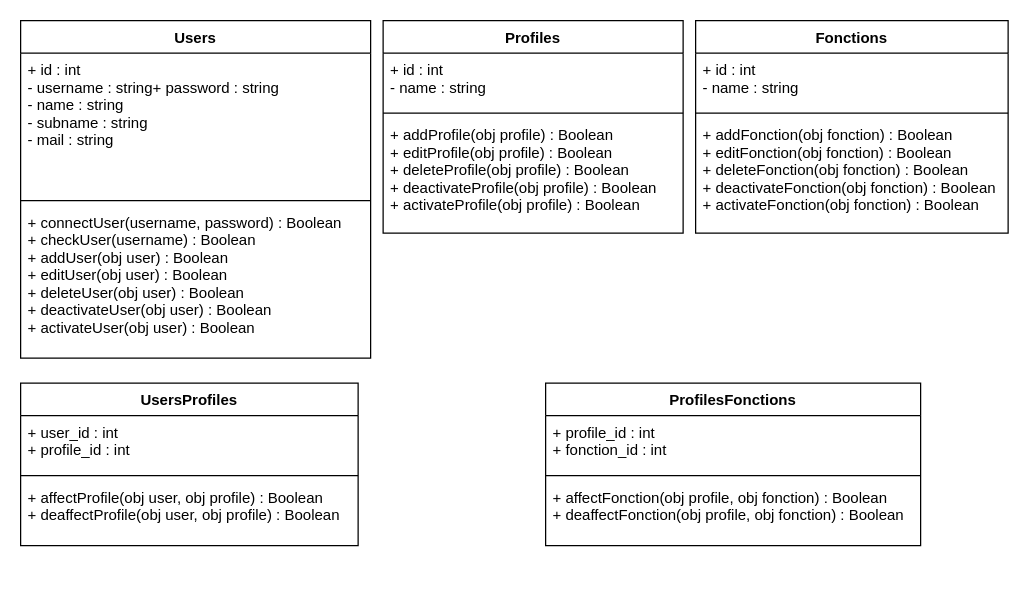
Earlier version of the draw.io diagram documentation/ClassesDiagram.drawio (MouhaBY/POS). Source tidied: cells renumbered, new cells numbered last; positions are measured from the earlier drawing's top-left corner, leaving out a move shared by most shapes. Both pictures are drawn from the tidied source at 125%, with x=0, y=0 at pixel (20, 20).
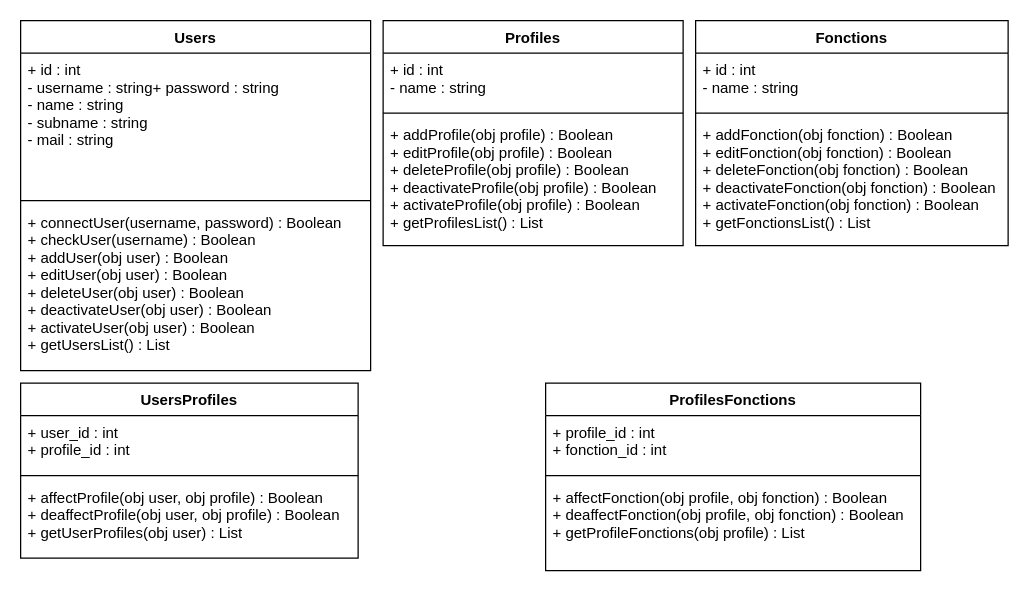
After the change.

What changed in the source:
```diff
@@
     <mxCell id="2" value="Fonctions" style="swimlane;fontStyle=1;align=center;verticalAlign=top;horizontal=1;startSize=26;" parent="1" vertex="1">
-      <mxGeometry x="540" width="250" height="170" as="geometry" />
+      <mxGeometry x="540" width="250" height="180" as="geometry" />
     </mxCell>
@@
-    <mxCell id="5" value="+ addFonction(obj fonction) : Boolean&#10;+ editFonction(obj fonction) : Boolean&#10;+ deleteFonction(obj fonction) : Boolean&#10;+ deactivateFonction(obj fonction) : Boolean&#10;+ activateFonction(obj fonction) : Boolean" style="text;strokeColor=none;fillColor=none;align=left;verticalAlign=top;spacingLeft=4;spacingRight=4;overflow=hidden;" parent="2" vertex="1">
-      <mxGeometry y="78" width="250" height="92" as="geometry" />
+    <mxCell id="5" value="+ addFonction(obj fonction) : Boolean&#10;+ editFonction(obj fonction) : Boolean&#10;+ deleteFonction(obj fonction) : Boolean&#10;+ deactivateFonction(obj fonction) : Boolean&#10;+ activateFonction(obj fonction) : Boolean&#10;+ getFonctionsList() : List" style="text;strokeColor=none;fillColor=none;align=left;verticalAlign=top;spacingLeft=4;spacingRight=4;overflow=hidden;" parent="2" vertex="1">
+      <mxGeometry y="78" width="250" height="102" as="geometry" />
     </mxCell>
     <mxCell id="6" value="Profiles" style="swimlane;fontStyle=1;align=center;verticalAlign=top;horizontal=1;startSize=26;" parent="1" vertex="1">
-      <mxGeometry x="290" width="240" height="170" as="geometry" />
+      <mxGeometry x="290" width="240" height="180" as="geometry" />
     </mxCell>
@@
-    <mxCell id="9" value="+ addProfile(obj profile) : Boolean&#10;+ editProfile(obj profile) : Boolean&#10;+ deleteProfile(obj profile) : Boolean&#10;+ deactivateProfile(obj profile) : Boolean&#10;+ activateProfile(obj profile) : Boolean" style="text;strokeColor=none;fillColor=none;align=left;verticalAlign=top;spacingLeft=4;spacingRight=4;overflow=hidden;" parent="6" vertex="1">
-      <mxGeometry y="78" width="240" height="92" as="geometry" />
+    <mxCell id="9" value="+ addProfile(obj profile) : Boolean&#10;+ editProfile(obj profile) : Boolean&#10;+ deleteProfile(obj profile) : Boolean&#10;+ deactivateProfile(obj profile) : Boolean&#10;+ activateProfile(obj profile) : Boolean&#10;+ getProfilesList() : List&#10;" style="text;strokeColor=none;fillColor=none;align=left;verticalAlign=top;spacingLeft=4;spacingRight=4;overflow=hidden;" parent="6" vertex="1">
+      <mxGeometry y="78" width="240" height="102" as="geometry" />
     </mxCell>
     <mxCell id="10" value="Users" style="swimlane;fontStyle=1;align=center;verticalAlign=top;horizontal=1;startSize=26;" parent="1" vertex="1">
-      <mxGeometry width="280" height="270" as="geometry" />
+      <mxGeometry width="280" height="280" as="geometry" />
     </mxCell>
@@
-    <mxCell id="13" value="+ connectUser(username, password) : Boolean&#10;+ checkUser(username) : Boolean&#10;+ addUser(obj user) : Boolean&#10;+ editUser(obj user) : Boolean&#10;+ deleteUser(obj user) : Boolean&#10;+ deactivateUser(obj user) : Boolean&#10;+ activateUser(obj user) : Boolean" style="text;strokeColor=none;fillColor=none;align=left;verticalAlign=top;spacingLeft=4;spacingRight=4;overflow=hidden;" parent="10" vertex="1">
-      <mxGeometry y="148" width="280" height="122" as="geometry" />
+    <mxCell id="13" value="+ connectUser(username, password) : Boolean&#10;+ checkUser(username) : Boolean&#10;+ addUser(obj user) : Boolean&#10;+ editUser(obj user) : Boolean&#10;+ deleteUser(obj user) : Boolean&#10;+ deactivateUser(obj user) : Boolean&#10;+ activateUser(obj user) : Boolean&#10;+ getUsersList() : List&#10;" style="text;strokeColor=none;fillColor=none;align=left;verticalAlign=top;spacingLeft=4;spacingRight=4;overflow=hidden;" parent="10" vertex="1">
+      <mxGeometry y="148" width="280" height="132" as="geometry" />
     </mxCell>
     <mxCell id="14" value="UsersProfiles" style="swimlane;fontStyle=1;align=center;verticalAlign=top;horizontal=1;startSize=26;" parent="1" vertex="1">
-      <mxGeometry y="290" width="270" height="130" as="geometry" />
+      <mxGeometry y="290" width="270" height="140" as="geometry" />
     </mxCell>
@@
-    <mxCell id="17" value="+ affectProfile(obj user, obj profile) : Boolean&#10;+ deaffectProfile(obj user, obj profile) : Boolean" style="text;strokeColor=none;fillColor=none;align=left;verticalAlign=top;spacingLeft=4;spacingRight=4;overflow=hidden;" parent="14" vertex="1">
-      <mxGeometry y="78" width="270" height="52" as="geometry" />
+    <mxCell id="17" value="+ affectProfile(obj user, obj profile) : Boolean&#10;+ deaffectProfile(obj user, obj profile) : Boolean&#10;+ getUserProfiles(obj user) : List&#10;" style="text;strokeColor=none;fillColor=none;align=left;verticalAlign=top;spacingLeft=4;spacingRight=4;overflow=hidden;" parent="14" vertex="1">
+      <mxGeometry y="78" width="270" height="62" as="geometry" />
     </mxCell>
     <mxCell id="18" value="ProfilesFonctions" style="swimlane;fontStyle=1;align=center;verticalAlign=top;horizontal=1;startSize=26;" parent="1" vertex="1">
-      <mxGeometry x="420" y="290" width="300" height="130" as="geometry" />
+      <mxGeometry x="420" y="290" width="300" height="150" as="geometry" />
     </mxCell>
@@
-    <mxCell id="21" value="+ affectFonction(obj profile, obj fonction) : Boolean&#10;+ deaffectFonction(obj profile, obj fonction) : Boolean" style="text;strokeColor=none;fillColor=none;align=left;verticalAlign=top;spacingLeft=4;spacingRight=4;overflow=hidden;" parent="18" vertex="1">
-      <mxGeometry y="78" width="300" height="52" as="geometry" />
+    <mxCell id="21" value="+ affectFonction(obj profile, obj fonction) : Boolean&#10;+ deaffectFonction(obj profile, obj fonction) : Boolean&#10;+ getProfileFonctions(obj profile) : List" style="text;strokeColor=none;fillColor=none;align=left;verticalAlign=top;spacingLeft=4;spacingRight=4;overflow=hidden;" parent="18" vertex="1">
+      <mxGeometry y="78" width="300" height="72" as="geometry" />
     </mxCell>
```
